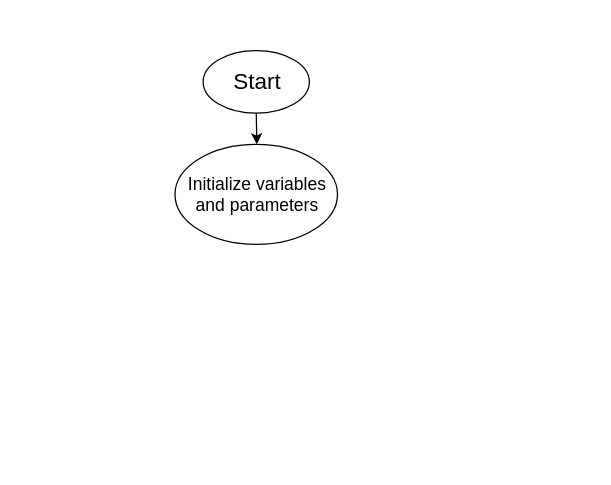
Above: Untitled Diagram.drawio in Haneenh/gephi (draw.io), before the change. Source tidied: cells renumbered, new cells numbered last; positions are measured from the earlier drawing's top-left corner, leaving out a move shared by most shapes. Both pictures are drawn from the tidied source at 125%, with x=0, y=0 at pixel (175, 50).
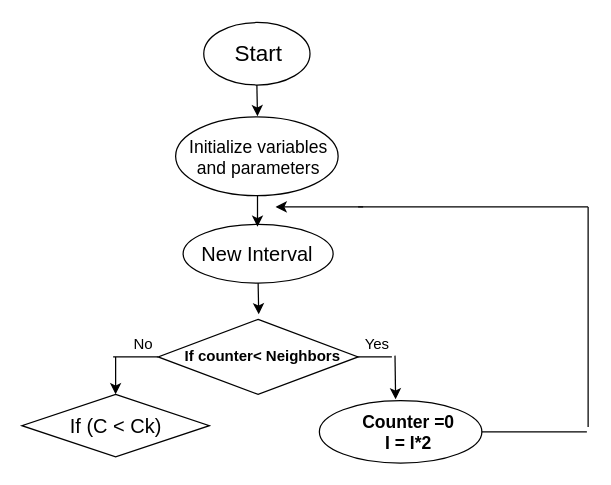
Above is the later version.

Diff of the diagram source:
```diff
@@
     <mxCell id="2" style="edgeStyle=orthogonalEdgeStyle;rounded=0;jettySize=auto;html=1;exitX=0.5;exitY=1;exitDx=0;exitDy=0;" parent="1" edge="1" source="3">
       <mxGeometry relative="1" as="geometry">
-        <mxPoint x="65" y="75" as="targetPoint" />
+        <mxPoint x="65.5" y="52.5" as="targetPoint" />
       </mxGeometry>
     </mxCell>
     <mxCell id="3" style="ellipse;whiteSpace=wrap;html=1;" parent="1" vertex="1">
-      <mxGeometry x="22" width="85" height="50" as="geometry" />
+      <mxGeometry x="22.5" y="-22.5" width="85" height="50" as="geometry" />
     </mxCell>
     <mxCell id="4" value="&lt;font style=&quot;font-size: 18px&quot;&gt;Start&lt;/font&gt;" style="text;html=1;align=center;verticalAlign=middle;fillColor=none;strokeColor=none;rounded=0;" parent="1" vertex="1">
-      <mxGeometry x="40" y="15" width="50" height="20" as="geometry" />
+      <mxGeometry x="40.5" y="-7.5" width="50" height="20" as="geometry" />
     </mxCell>
     <mxCell id="5" style="ellipse;whiteSpace=wrap;html=1;" parent="1" vertex="1">
-      <mxGeometry x="-0.5" y="75" width="130" height="80" as="geometry" />
+      <mxGeometry y="53" width="130" height="63" as="geometry" />
     </mxCell>
     <mxCell id="6" value="&lt;font style=&quot;font-size: 14px&quot;&gt;Initialize variables &lt;br&gt;and parameters&lt;/font&gt;" style="text;html=1;align=center;verticalAlign=middle;fillColor=none;strokeColor=none;rounded=0;" parent="1" vertex="1">
-      <mxGeometry y="95" width="130" height="40" as="geometry" />
+      <mxGeometry x="0.5" y="64.5" width="130" height="40" as="geometry" />
     </mxCell>
+    <mxCell id="7" style="ellipse;whiteSpace=wrap;html=1;" parent="1" vertex="1">
+      <mxGeometry x="6" y="139" width="120" height="47" as="geometry" />
+    </mxCell>
+    <mxCell id="8" value="&lt;font style=&quot;font-size: 16px&quot;&gt;New Interval&lt;/font&gt;" style="text;html=1;align=center;verticalAlign=middle;fillColor=none;strokeColor=none;rounded=0;" parent="1" vertex="1">
+      <mxGeometry x="15" y="152.5" width="100" height="20" as="geometry" />
+    </mxCell>
+    <mxCell id="9" style="edgeStyle=orthogonalEdgeStyle;rounded=0;orthogonalLoop=1;jettySize=auto;html=1;exitX=0.5;exitY=1;exitDx=0;exitDy=0;" parent="1" edge="1">
+      <mxGeometry relative="1" as="geometry">
+        <mxPoint x="65.5" y="116" as="sourcePoint" />
+        <mxPoint x="65.5" y="141" as="targetPoint" />
+      </mxGeometry>
+    </mxCell>
+    <mxCell id="10" style="edgeStyle=orthogonalEdgeStyle;rounded=0;orthogonalLoop=1;jettySize=auto;html=1;exitX=0.5;exitY=1;exitDx=0;exitDy=0;" parent="1" edge="1">
+      <mxGeometry relative="1" as="geometry">
+        <mxPoint x="66" y="186" as="sourcePoint" />
+        <mxPoint x="66.5" y="211" as="targetPoint" />
+      </mxGeometry>
+    </mxCell>
+    <mxCell id="11" style="rhombus;whiteSpace=wrap;html=1;" parent="1" vertex="1">
+      <mxGeometry x="-14" y="215" width="160" height="60" as="geometry" />
+    </mxCell>
+    <mxCell id="12" value="&lt;b&gt;If counter&amp;lt; Neighbors&amp;nbsp;&lt;/b&gt;" style="text;html=1;align=center;verticalAlign=middle;fillColor=none;strokeColor=none;rounded=0;" parent="1" vertex="1">
+      <mxGeometry x="1" y="235" width="140" height="20" as="geometry" />
+    </mxCell>
+    <mxCell id="13" style="ellipse;whiteSpace=wrap;html=1;" parent="1" vertex="1">
+      <mxGeometry x="115" y="280" width="130" height="50" as="geometry" />
+    </mxCell>
+    <mxCell id="14" value="&lt;b style=&quot;font-size: 14px&quot;&gt;Counter =0&lt;br&gt;I = I*2&lt;/b&gt;" style="text;html=1;align=center;verticalAlign=middle;fillColor=none;strokeColor=none;rounded=0;" parent="1" vertex="1">
+      <mxGeometry x="141" y="285" width="90" height="40" as="geometry" />
+    </mxCell>
+    <mxCell id="15" style="endArrow=classic;html=1;" parent="1" edge="1">
+      <mxGeometry relative="1" as="geometry">
+        <mxPoint x="150" y="125" as="sourcePoint" />
+        <mxPoint x="80" y="125" as="targetPoint" />
+      </mxGeometry>
+    </mxCell>
+    <mxCell id="16" style="endArrow=none;html=1;" parent="1" edge="1">
+      <mxGeometry relative="1" as="geometry">
+        <mxPoint x="330" y="301" as="sourcePoint" />
+        <mxPoint x="330" y="125" as="targetPoint" />
+      </mxGeometry>
+    </mxCell>
+    <mxCell id="17" style="endArrow=none;html=1;" parent="1" edge="1">
+      <mxGeometry relative="1" as="geometry">
+        <mxPoint x="146" y="125" as="sourcePoint" />
+        <mxPoint x="330" y="125" as="targetPoint" />
+      </mxGeometry>
+    </mxCell>
+    <mxCell id="18" style="endArrow=classic;html=1;entryX=0.5;entryY=0;entryDx=0;entryDy=0;" parent="1" edge="1" target="21">
+      <mxGeometry relative="1" as="geometry">
+        <mxPoint x="-48" y="245" as="sourcePoint" />
+      </mxGeometry>
+    </mxCell>
+    <mxCell id="19" value="Yes" style="text;html=1;align=center;verticalAlign=middle;fillColor=none;strokeColor=none;rounded=0;" parent="1" vertex="1">
+      <mxGeometry x="146" y="226" width="30" height="18" as="geometry" />
+    </mxCell>
+    <mxCell id="20" value="No" style="text;html=1;align=center;verticalAlign=middle;fillColor=none;strokeColor=none;rounded=0;" parent="1" vertex="1">
+      <mxGeometry x="-39" y="226" width="25" height="18" as="geometry" />
+    </mxCell>
+    <mxCell id="21" style="rhombus;whiteSpace=wrap;html=1;" parent="1" vertex="1">
+      <mxGeometry x="-123" y="275" width="150" height="50" as="geometry" />
+    </mxCell>
+    <mxCell id="22" value="&lt;font style=&quot;font-size: 16px&quot;&gt;If (C &amp;lt; Ck)&lt;/font&gt;" style="text;html=1;align=center;verticalAlign=middle;fillColor=none;strokeColor=none;rounded=0;" parent="1" vertex="1">
+      <mxGeometry x="-89.5" y="290.5" width="83" height="19" as="geometry" />
+    </mxCell>
+    <mxCell id="23" style="endArrow=none;html=1;" parent="1" edge="1">
+      <mxGeometry relative="1" as="geometry">
+        <mxPoint x="146" y="245" as="sourcePoint" />
+        <mxPoint x="173" y="245" as="targetPoint" />
+      </mxGeometry>
+    </mxCell>
+    <mxCell id="24" style="endArrow=none;html=1;" parent="1" edge="1">
+      <mxGeometry relative="1" as="geometry">
+        <mxPoint x="-50" y="245" as="sourcePoint" />
+        <mxPoint x="-14" y="245" as="targetPoint" />
+      </mxGeometry>
+    </mxCell>
+    <mxCell id="25" style="endArrow=classic;html=1;" parent="1" edge="1">
+      <mxGeometry relative="1" as="geometry">
+        <mxPoint x="175.5" y="244" as="sourcePoint" />
+        <mxPoint x="176" y="279" as="targetPoint" />
+      </mxGeometry>
+    </mxCell>
+    <mxCell id="26" style="endArrow=none;html=1;" parent="1" edge="1">
+      <mxGeometry relative="1" as="geometry">
+        <mxPoint x="245" y="305" as="sourcePoint" />
+        <mxPoint x="329" y="305" as="targetPoint" />
+      </mxGeometry>
+    </mxCell>
```
